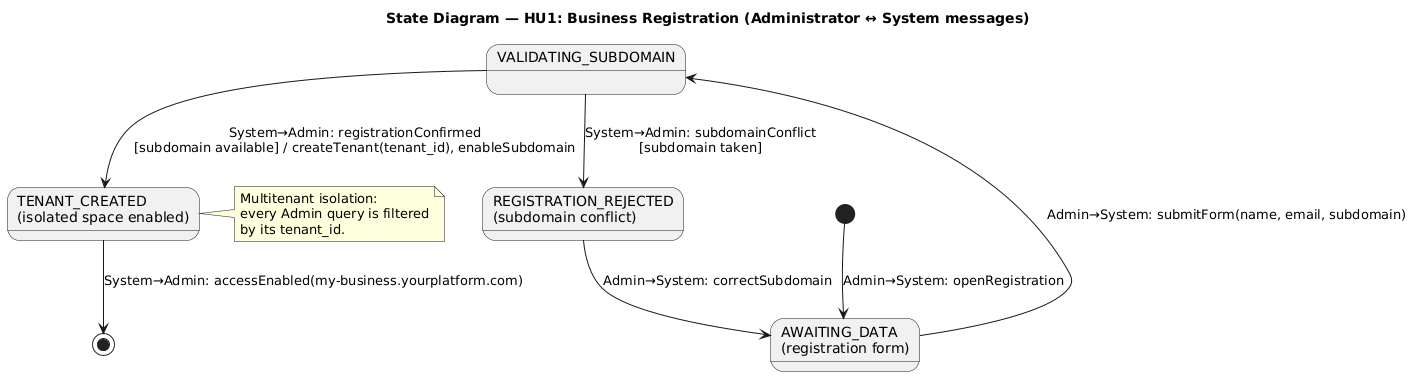
jose-korvusinc/finalproject-lidr-i4devs keeps this PlantUML diagram as system_architecture/user_stories_view/state-diagram_hu1.png. Above is the earlier version.
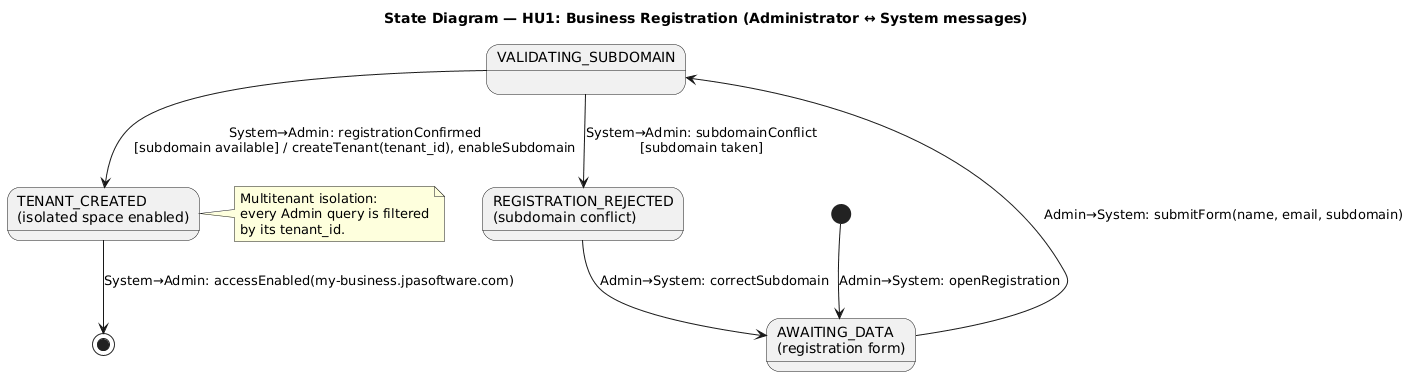
After the commit.

Diff of the diagram source:
```diff
@@ -16,7 +16,7 @@
 
 rejected --> data : Admin→System: correctSubdomain
 
-created --> [*] : System→Admin: accessEnabled(my-business.yourplatform.com)
+created --> [*] : System→Admin: accessEnabled(my-business.jpasoftware.com)
 
 note right of created
   Multitenant isolation:
```
